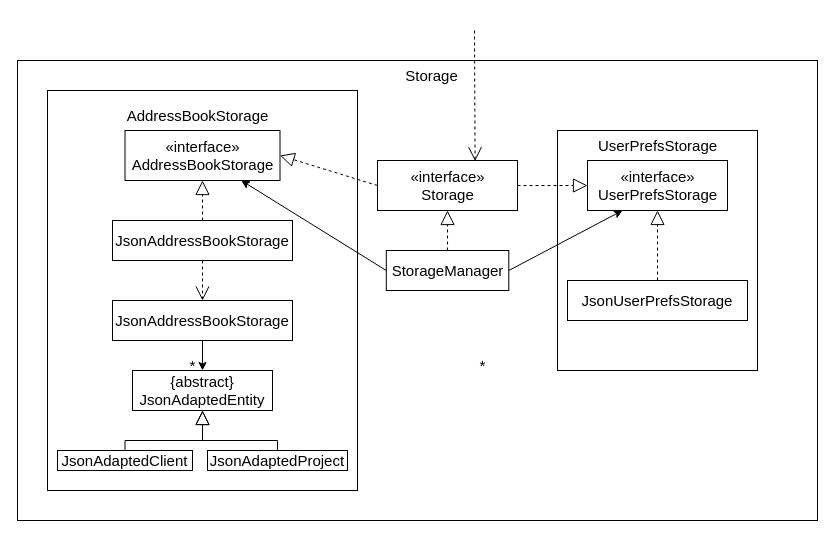
The draw.io diagram docs/diagrams/storage/StorageClassDiagram.drawio in nus-cs2103-AY2223S2/tp, before the edit. Source tidied: cells renumbered, new cells numbered last; positions are measured from the earlier drawing's top-left corner, leaving out a move shared by most shapes. Both pictures are drawn from the tidied source at 100%, with x=0, y=0 at pixel (17, 30).
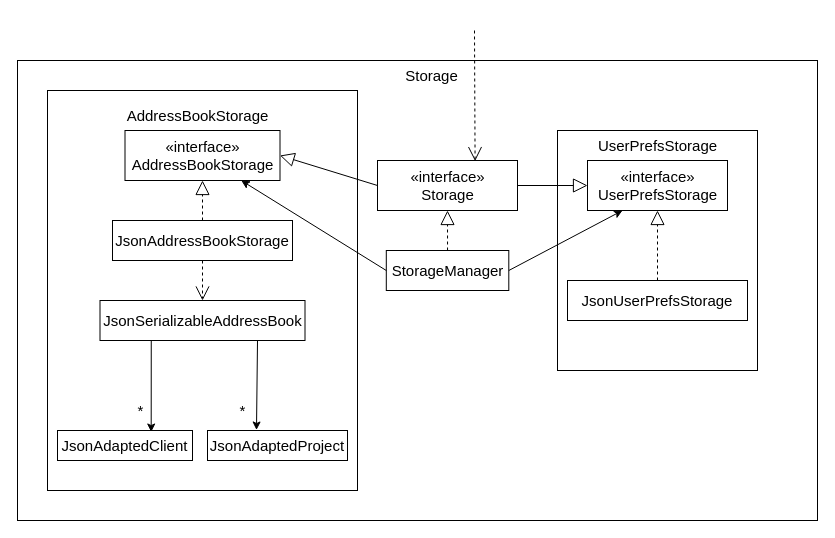
The same diagram, later.

Commit message (it also covers changes not shown here):
Fix storage class diagram

Unchanged cells that the change refers to:
```xml
<mxCell id="8" value="«interface»&lt;br&gt;AddressBookStorage" style="html=1;fontSize=15;fillColor=none;" parent="1" vertex="1">
  <mxGeometry x="107.5" y="100" width="155" height="50" as="geometry" />
</mxCell>
<mxCell id="10" value="«interface»&lt;br&gt;Storage" style="html=1;fontSize=15;fillColor=none;" parent="1" vertex="1">
  <mxGeometry x="360" y="130" width="140" height="50" as="geometry" />
</mxCell>
<mxCell id="11" value="«interface»&lt;br&gt;UserPrefsStorage" style="html=1;fontSize=15;fillColor=none;" parent="1" vertex="1">
  <mxGeometry x="570" y="130" width="140" height="50" as="geometry" />
</mxCell>
```

Change to the diagram source:
```diff
@@
-    <mxCell id="12" style="endArrow=block;dashed=1;endFill=0;endSize=12;html=1;rounded=0;fontSize=15;entryX=1;entryY=0.5;entryDx=0;entryDy=0;exitX=0;exitY=0.5;exitDx=0;exitDy=0;" parent="1" edge="1" source="10" target="8">
+    <mxCell id="12" style="endArrow=block;endFill=0;endSize=12;html=1;rounded=0;fontSize=15;entryX=1;entryY=0.5;entryDx=0;entryDy=0;exitX=0;exitY=0.5;exitDx=0;exitDy=0;" parent="1" edge="1" source="10" target="8">
       <mxGeometry relative="1" as="geometry" />
     </mxCell>
-    <mxCell id="13" style="endArrow=block;dashed=1;endFill=0;endSize=12;html=1;rounded=0;fontSize=15;entryX=0;entryY=0.5;entryDx=0;entryDy=0;exitX=1;exitY=0.5;exitDx=0;exitDy=0;" parent="1" edge="1" source="10" target="11">
+    <mxCell id="13" style="endArrow=block;endFill=0;endSize=12;html=1;rounded=0;fontSize=15;entryX=0;entryY=0.5;entryDx=0;entryDy=0;exitX=1;exitY=0.5;exitDx=0;exitDy=0;" parent="1" edge="1" source="10" target="11">
       <mxGeometry relative="1" as="geometry" />
     </mxCell>
@@
-    <mxCell id="22" style="edgeStyle=orthogonalEdgeStyle;rounded=0;jettySize=auto;html=1;entryX=0.5;entryY=0;entryDx=0;entryDy=0;fontSize=15;" parent="1" edge="1" source="23" target="31">
-      <mxGeometry relative="1" as="geometry" />
-    </mxCell>
-    <mxCell id="23" value="JsonAddressBookStorage" style="rounded=0;whiteSpace=wrap;html=1;fontSize=15;fillColor=none;" parent="1" vertex="1">
-      <mxGeometry x="95" y="270" width="180" height="40" as="geometry" />
+    <mxCell id="23" value="JsonSerializableAddressBook" style="rounded=0;whiteSpace=wrap;html=1;fontSize=15;fillColor=none;" parent="1" vertex="1">
+      <mxGeometry x="82.5" y="270" width="205" height="40" as="geometry" />
     </mxCell>
@@
-    <mxCell id="25" style="edgeStyle=orthogonalEdgeStyle;rounded=0;jettySize=auto;html=1;exitX=0.5;exitY=0;exitDx=0;exitDy=0;entryX=0.5;entryY=1;entryDx=0;entryDy=0;endArrow=block;endFill=0;endSize=12;" parent="1" edge="1" source="26" target="31">
-      <mxGeometry relative="1" as="geometry">
-        <Array as="points">
-          <mxPoint x="260" y="410" />
-          <mxPoint x="185" y="410" />
-        </Array>
-      </mxGeometry>
-    </mxCell>
     <mxCell id="26" value="JsonAdaptedProject" style="rounded=0;whiteSpace=wrap;html=1;fontSize=15;fillColor=none;" parent="1" vertex="1">
-      <mxGeometry x="190" y="420" width="140" height="20" as="geometry" />
+      <mxGeometry x="190" y="400" width="140" height="30" as="geometry" />
     </mxCell>
-    <mxCell id="27" style="edgeStyle=orthogonalEdgeStyle;rounded=0;jettySize=auto;html=1;exitX=0.5;exitY=0;exitDx=0;exitDy=0;entryX=0.5;entryY=1;entryDx=0;entryDy=0;endArrow=block;endFill=0;endSize=12;" parent="1" edge="1" source="28" target="31">
-      <mxGeometry relative="1" as="geometry">
-        <Array as="points">
-          <mxPoint x="108" y="410" />
-          <mxPoint x="185" y="410" />
-        </Array>
-      </mxGeometry>
-    </mxCell>
     <mxCell id="28" value="JsonAdaptedClient" style="rounded=0;whiteSpace=wrap;html=1;fontSize=15;fillColor=none;" parent="1" vertex="1">
-      <mxGeometry x="40" y="420" width="135" height="20" as="geometry" />
+      <mxGeometry x="40" y="400" width="135" height="30" as="geometry" />
     </mxCell>
     <mxCell id="29" value="*" style="text;html=1;align=center;verticalAlign=middle;strokeColor=none;fillColor=none;fontSize=15;" parent="1" vertex="1">
-      <mxGeometry x="160" y="320" width="30" height="30" as="geometry" />
+      <mxGeometry x="107.5" y="365" width="30" height="30" as="geometry" />
     </mxCell>
+    <mxCell id="32" style="endArrow=classic;html=1;rounded=0;exitX=0.25;exitY=1;exitDx=0;exitDy=0;entryX=0.694;entryY=0.05;entryDx=0;entryDy=0;entryPerimeter=0;" parent="1" edge="1" source="23" target="28">
+      <mxGeometry relative="1" as="geometry" />
+    </mxCell>
+    <mxCell id="33" style="endArrow=classic;html=1;rounded=0;entryX=0.35;entryY=-0.017;entryDx=0;entryDy=0;entryPerimeter=0;" parent="1" edge="1" target="26">
+      <mxGeometry relative="1" as="geometry">
+        <mxPoint x="240" y="310" as="sourcePoint" />
+      </mxGeometry>
+    </mxCell>
     <mxCell id="30" value="*" style="text;html=1;align=center;verticalAlign=middle;strokeColor=none;fillColor=none;fontSize=15;" parent="1" vertex="1">
-      <mxGeometry x="450" y="320" width="30" height="30" as="geometry" />
+      <mxGeometry x="210" y="365" width="30" height="30" as="geometry" />
     </mxCell>
-    <mxCell id="31" value="{abstract}&lt;br&gt;JsonAdaptedEntity" style="rounded=0;whiteSpace=wrap;html=1;fontSize=15;fillColor=none;" parent="1" vertex="1">
-      <mxGeometry x="115" y="340" width="140" height="40" as="geometry" />
-    </mxCell>
```
